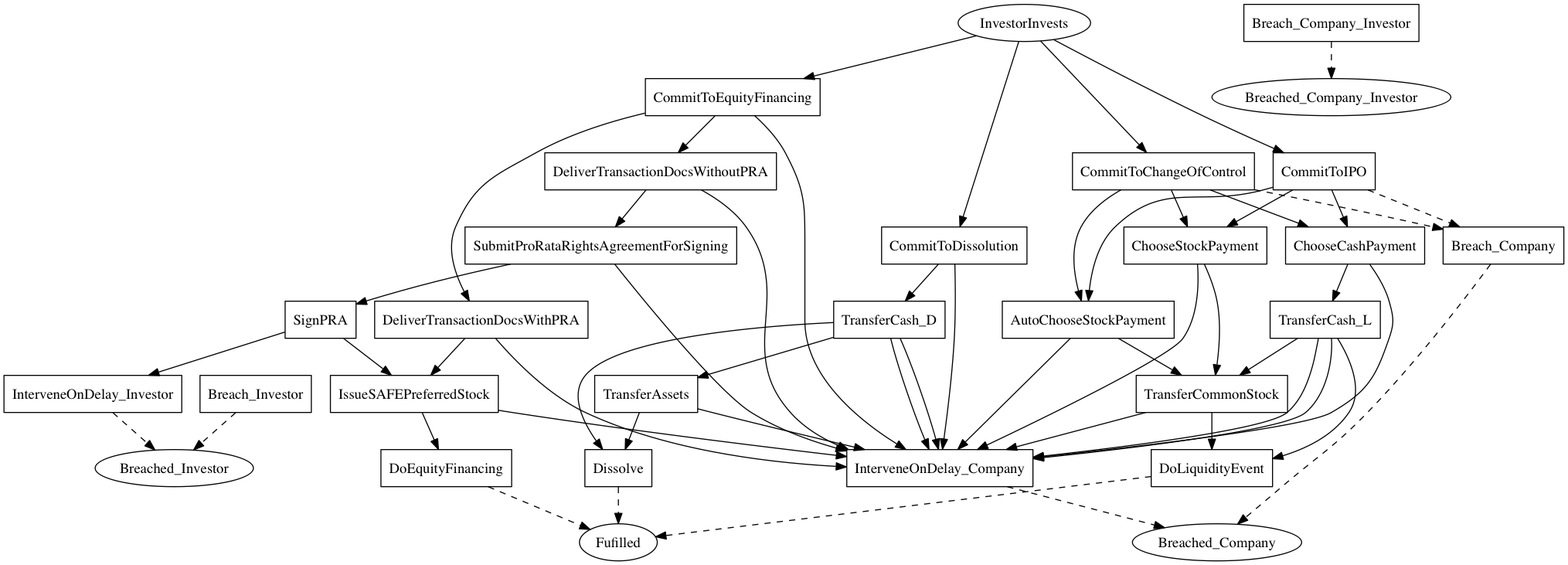
This is linear_state_machine_language/pyL4/examples/out_graphviz/serious/SAFE_cap.png from Marcao02/complaw-deeptech, a Graphviz export, as it was before one commit. Its source is kept beside it as linear_state_machine_language/pyL4/examples/out_graphviz/serious/SAFE_cap.dot.
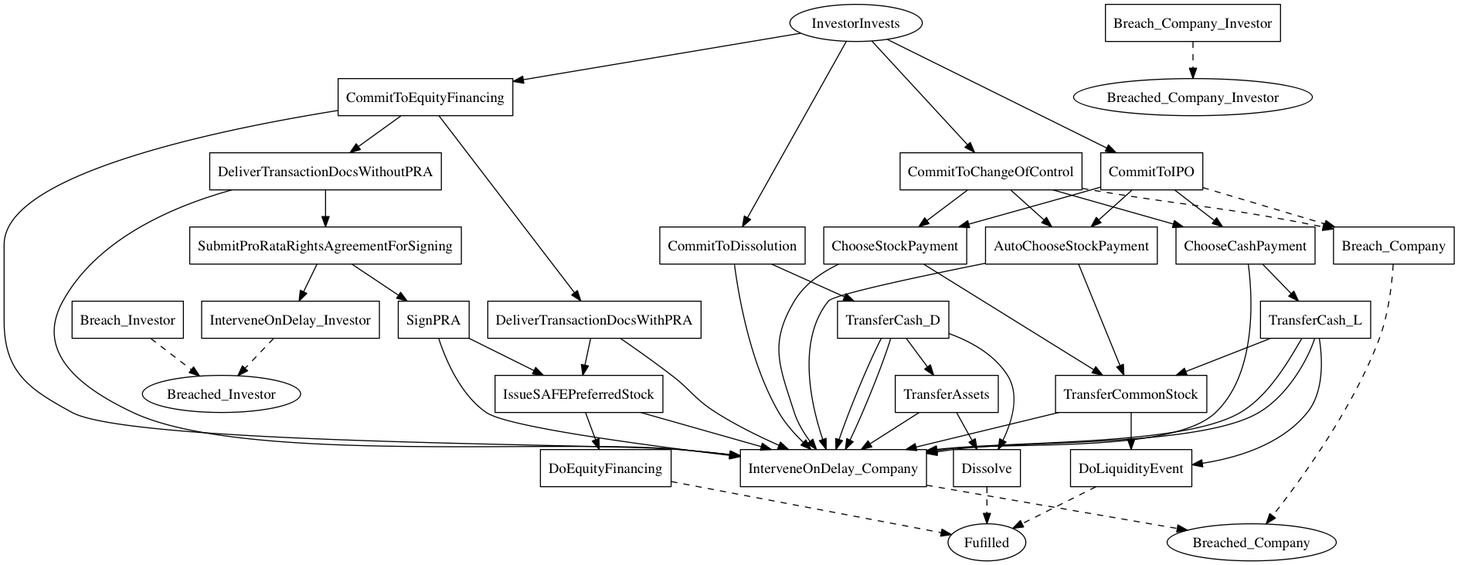
After the commit.

What changed in the source:
```diff
@@ -46,9 +46,9 @@
 	DeliverTransactionDocsWithoutPRA -> SubmitProRataRightsAgreementForSigning;
 	DeliverTransactionDocsWithoutPRA -> InterveneOnDelay_Company;
 	SubmitProRataRightsAgreementForSigning -> SignPRA;
-	SubmitProRataRightsAgreementForSigning -> InterveneOnDelay_Company;
+	SubmitProRataRightsAgreementForSigning -> InterveneOnDelay_Investor;
 	SignPRA -> IssueSAFEPreferredStock;
-	SignPRA -> InterveneOnDelay_Investor;
+	SignPRA -> InterveneOnDelay_Company;
 	IssueSAFEPreferredStock -> DoEquityFinancing;
 	IssueSAFEPreferredStock -> InterveneOnDelay_Company;
 	CommitToIPO -> ChooseCashPayment;
```
